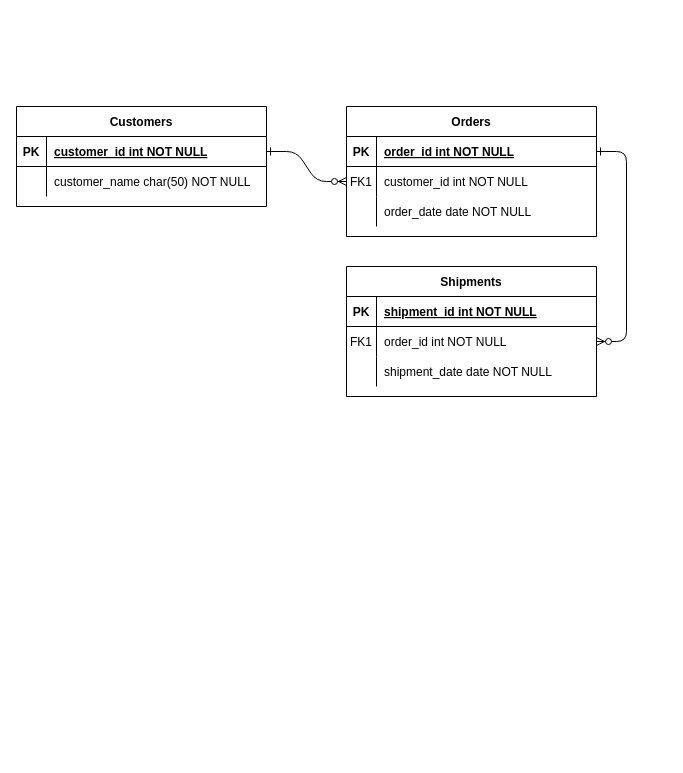
Before: Untitled Diagram.drawio in Irina-64/117-site-example, a draw.io diagram. Source tidied: cells renumbered, new cells numbered last; positions are measured from the earlier drawing's top-left corner, leaving out a move shared by most shapes. Both pictures are drawn from the tidied source at 100%, with x=0, y=0 at pixel (16, 106).
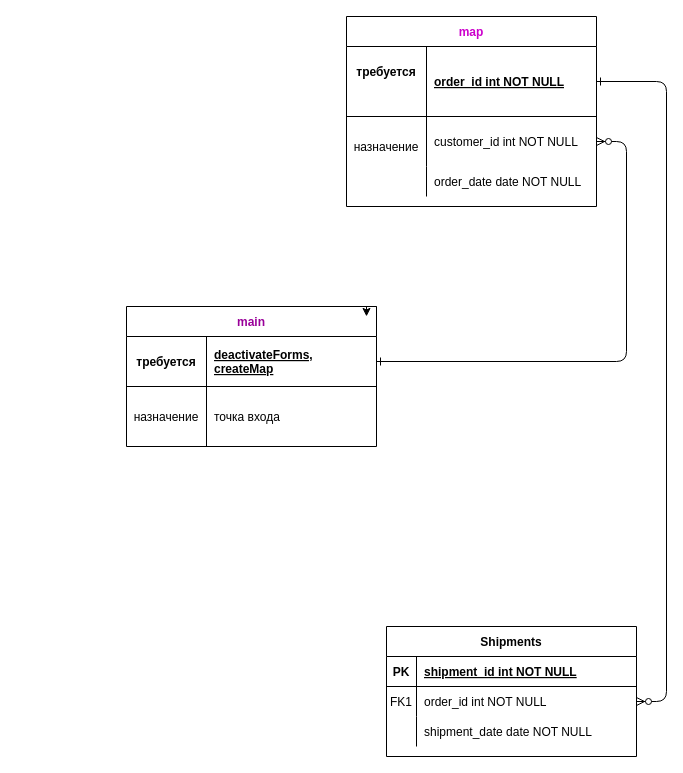
The same page after the edit.

Diff of the diagram source:
```diff
@@
-    <mxCell id="4" value="Orders" style="shape=table;startSize=30;childLayout=tableLayout;rowLines=0;fontStyle=1;align=center;" parent="1" vertex="1">
-      <mxGeometry x="330" width="250" height="130" as="geometry" />
+    <mxCell id="4" value="map" style="shape=table;startSize=30;childLayout=tableLayout;rowLines=0;fontStyle=1;align=center;fontColor=#CC00CC;" parent="1" vertex="1">
+      <mxGeometry x="330" y="-90" width="250" height="190" as="geometry" />
     </mxCell>
     <mxCell id="5" style="shape=partialRectangle;fillColor=none;points=[[0,0.5],[1,0.5]];portConstraint=eastwest;top=0;left=0;right=0;bottom=1;" parent="4" vertex="1">
-      <mxGeometry y="30" width="250" height="30" as="geometry" />
+      <mxGeometry y="30" width="250" height="70" as="geometry" />
     </mxCell>
-    <mxCell id="6" value="PK" style="shape=partialRectangle;overflow=hidden;fillColor=none;top=0;left=0;bottom=0;right=0;fontStyle=1;" parent="5" vertex="1">
-      <mxGeometry width="30" height="30" as="geometry" />
+    <mxCell id="6" style="shape=partialRectangle;overflow=hidden;fillColor=none;top=0;left=0;bottom=0;right=0;fontStyle=1;" parent="5" vertex="1">
+      <mxGeometry width="80" height="70" as="geometry" />
     </mxCell>
     <mxCell id="7" value="order_id int NOT NULL " style="shape=partialRectangle;overflow=hidden;fillColor=none;top=0;left=0;bottom=0;right=0;align=left;spacingLeft=6;fontStyle=5;" parent="5" vertex="1">
-      <mxGeometry x="30" width="220" height="30" as="geometry" />
+      <mxGeometry x="80" width="170" height="70" as="geometry" />
     </mxCell>
     <mxCell id="8" style="shape=partialRectangle;fillColor=none;points=[[0,0.5],[1,0.5]];portConstraint=eastwest;top=0;left=0;right=0;bottom=0;" parent="4" vertex="1">
-      <mxGeometry y="60" width="250" height="30" as="geometry" />
+      <mxGeometry y="100" width="250" height="50" as="geometry" />
     </mxCell>
-    <mxCell id="9" value="FK1" style="shape=partialRectangle;overflow=hidden;fillColor=none;top=0;left=0;bottom=0;right=0;" parent="8" vertex="1">
-      <mxGeometry width="30" height="30" as="geometry" />
+    <mxCell id="9" style="shape=partialRectangle;overflow=hidden;fillColor=none;top=0;left=0;bottom=0;right=0;" parent="8" vertex="1">
+      <mxGeometry width="80" height="50" as="geometry" />
     </mxCell>
     <mxCell id="10" value="customer_id int NOT NULL" style="shape=partialRectangle;overflow=hidden;fillColor=none;top=0;left=0;bottom=0;right=0;align=left;spacingLeft=6;" parent="8" vertex="1">
-      <mxGeometry x="30" width="220" height="30" as="geometry" />
+      <mxGeometry x="80" width="170" height="50" as="geometry" />
     </mxCell>
     <mxCell id="11" style="shape=partialRectangle;fillColor=none;top=0;left=0;right=0;bottom=0;" parent="4" vertex="1">
-      <mxGeometry y="90" width="250" height="30" as="geometry" />
+      <mxGeometry y="150" width="250" height="30" as="geometry" />
     </mxCell>
     <mxCell id="12" style="shape=partialRectangle;overflow=hidden;fillColor=none;top=0;left=0;bottom=0;right=0;" parent="11" vertex="1">
-      <mxGeometry width="30" height="30" as="geometry" />
+      <mxGeometry width="80" height="30" as="geometry" />
     </mxCell>
     <mxCell id="13" value="order_date date NOT NULL" style="shape=partialRectangle;overflow=hidden;fillColor=none;top=0;left=0;bottom=0;right=0;align=left;spacingLeft=6;" parent="11" vertex="1">
-      <mxGeometry x="30" width="220" height="30" as="geometry" />
+      <mxGeometry x="80" width="170" height="30" as="geometry" />
     </mxCell>
     <mxCell id="14" value="Shipments" style="shape=table;startSize=30;childLayout=tableLayout;rowLines=0;fontStyle=1;align=center;" parent="1" vertex="1">
-      <mxGeometry x="330" y="160" width="250" height="130" as="geometry" />
+      <mxGeometry x="370" y="520" width="250" height="130" as="geometry" />
     </mxCell>
@@
-    <mxCell id="24" value="Customers" style="shape=table;startSize=30;childLayout=tableLayout;rowLines=0;fontStyle=1;align=center;" parent="1" vertex="1">
-      <mxGeometry width="250" height="100" as="geometry" />
+    <mxCell id="24" value="main" style="shape=table;startSize=30;childLayout=tableLayout;rowLines=0;fontStyle=1;align=center;fontColor=#990099;" parent="1" vertex="1">
+      <mxGeometry x="110" y="200" width="250" height="140" as="geometry" />
     </mxCell>
     <mxCell id="25" style="shape=partialRectangle;fillColor=none;points=[[0,0.5],[1,0.5]];portConstraint=eastwest;top=0;left=0;right=0;bottom=1;" parent="24" vertex="1">
-      <mxGeometry y="30" width="250" height="30" as="geometry" />
+      <mxGeometry y="30" width="250" height="50" as="geometry" />
     </mxCell>
-    <mxCell id="26" value="PK" style="shape=partialRectangle;overflow=hidden;fillColor=none;top=0;left=0;bottom=0;right=0;fontStyle=1;" parent="25" vertex="1">
-      <mxGeometry width="30" height="30" as="geometry" />
+    <mxCell id="26" value="требуется" style="shape=partialRectangle;overflow=hidden;fillColor=none;top=0;left=0;bottom=0;right=0;fontStyle=1;" parent="25" vertex="1">
+      <mxGeometry width="80" height="50" as="geometry" />
     </mxCell>
-    <mxCell id="27" value="customer_id int NOT NULL " style="shape=partialRectangle;overflow=hidden;fillColor=none;top=0;left=0;bottom=0;right=0;align=left;spacingLeft=6;fontStyle=5;" parent="25" vertex="1">
-      <mxGeometry x="30" width="220" height="30" as="geometry" />
+    <mxCell id="27" value="deactivateForms, &#10;createMap" style="shape=partialRectangle;overflow=hidden;fillColor=none;top=0;left=0;bottom=0;right=0;align=left;spacingLeft=6;fontStyle=5;" parent="25" vertex="1">
+      <mxGeometry x="80" width="170" height="50" as="geometry" />
     </mxCell>
     <mxCell id="28" style="shape=partialRectangle;fillColor=none;top=0;left=0;right=0;bottom=0;" parent="24" vertex="1">
-      <mxGeometry y="60" width="250" height="30" as="geometry" />
+      <mxGeometry y="80" width="250" height="60" as="geometry" />
     </mxCell>
-    <mxCell id="29" style="shape=partialRectangle;overflow=hidden;fillColor=none;top=0;left=0;bottom=0;right=0;" parent="28" vertex="1">
-      <mxGeometry width="30" height="30" as="geometry" />
+    <mxCell id="29" value="назначение" style="shape=partialRectangle;overflow=hidden;fillColor=none;top=0;left=0;bottom=0;right=0;" parent="28" vertex="1">
+      <mxGeometry width="80" height="60" as="geometry" />
     </mxCell>
-    <mxCell id="30" value="customer_name char(50) NOT NULL" style="shape=partialRectangle;overflow=hidden;fillColor=none;top=0;left=0;bottom=0;right=0;align=left;spacingLeft=6;" parent="28" vertex="1">
-      <mxGeometry x="30" width="220" height="30" as="geometry" />
+    <mxCell id="30" value="точка входа" style="shape=partialRectangle;overflow=hidden;fillColor=none;top=0;left=0;bottom=0;right=0;align=left;spacingLeft=6;" parent="28" vertex="1">
+      <mxGeometry x="80" width="170" height="60" as="geometry" />
     </mxCell>
+    <mxCell id="31" style="edgeStyle=orthogonalEdgeStyle;rounded=0;orthogonalLoop=1;jettySize=auto;html=1;exitX=1;exitY=0;exitDx=0;exitDy=0;entryX=0.96;entryY=0.071;entryDx=0;entryDy=0;entryPerimeter=0;" parent="1" edge="1" source="24" target="24">
+      <mxGeometry relative="1" as="geometry" />
+    </mxCell>
+    <mxCell id="32" value="требуется" style="shape=partialRectangle;overflow=hidden;fillColor=none;top=0;left=0;bottom=0;right=0;fontStyle=1;" parent="1" vertex="1">
+      <mxGeometry x="330" y="-60" width="80" height="50" as="geometry" />
+    </mxCell>
+    <mxCell id="33" value="назначение" style="shape=partialRectangle;overflow=hidden;fillColor=none;top=0;left=0;bottom=0;right=0;" parent="1" vertex="1">
+      <mxGeometry x="330" y="10" width="80" height="60" as="geometry" />
+    </mxCell>
```
